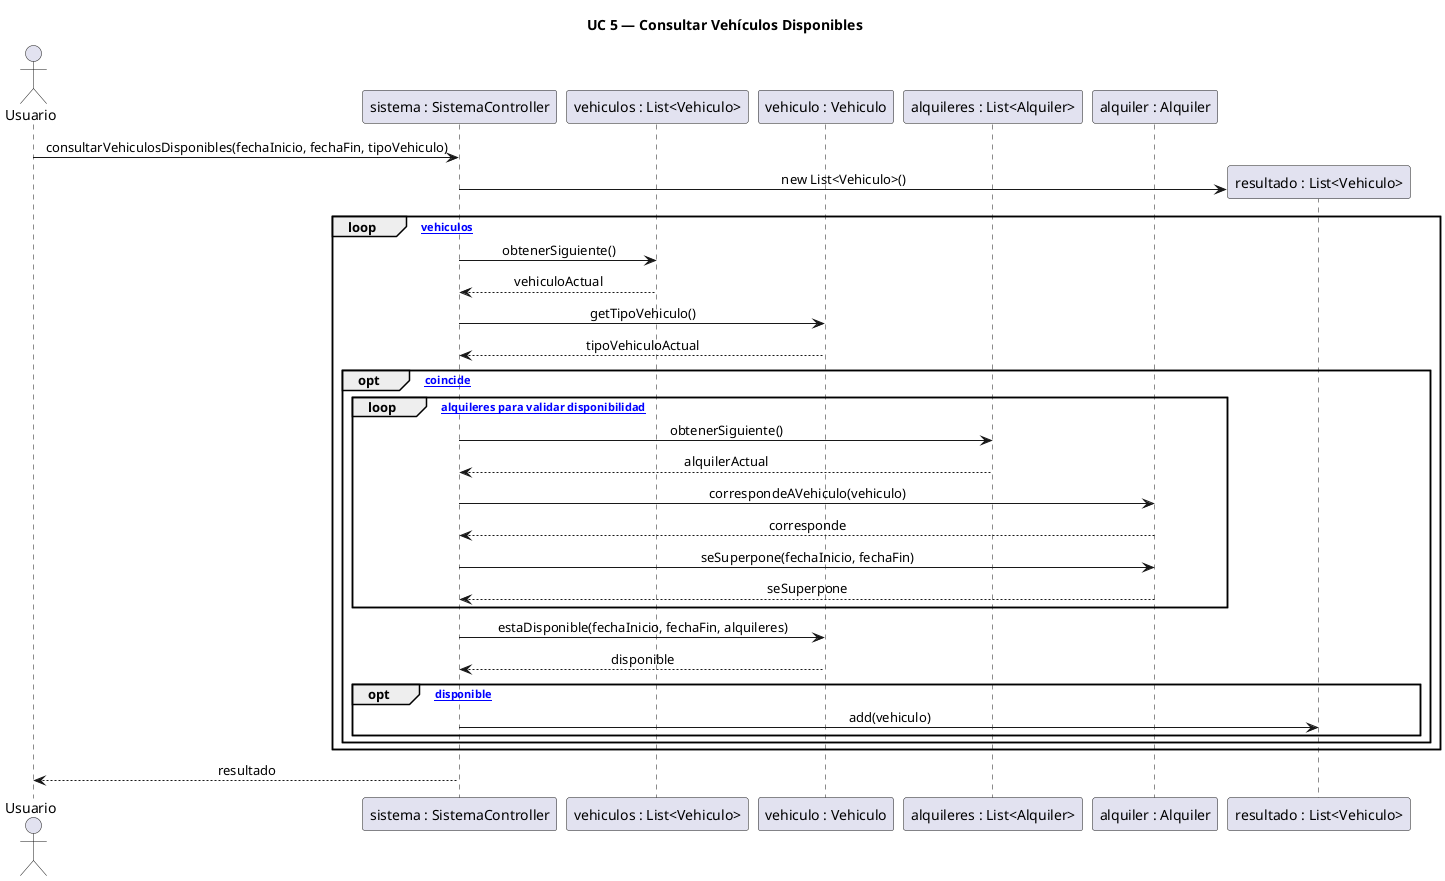
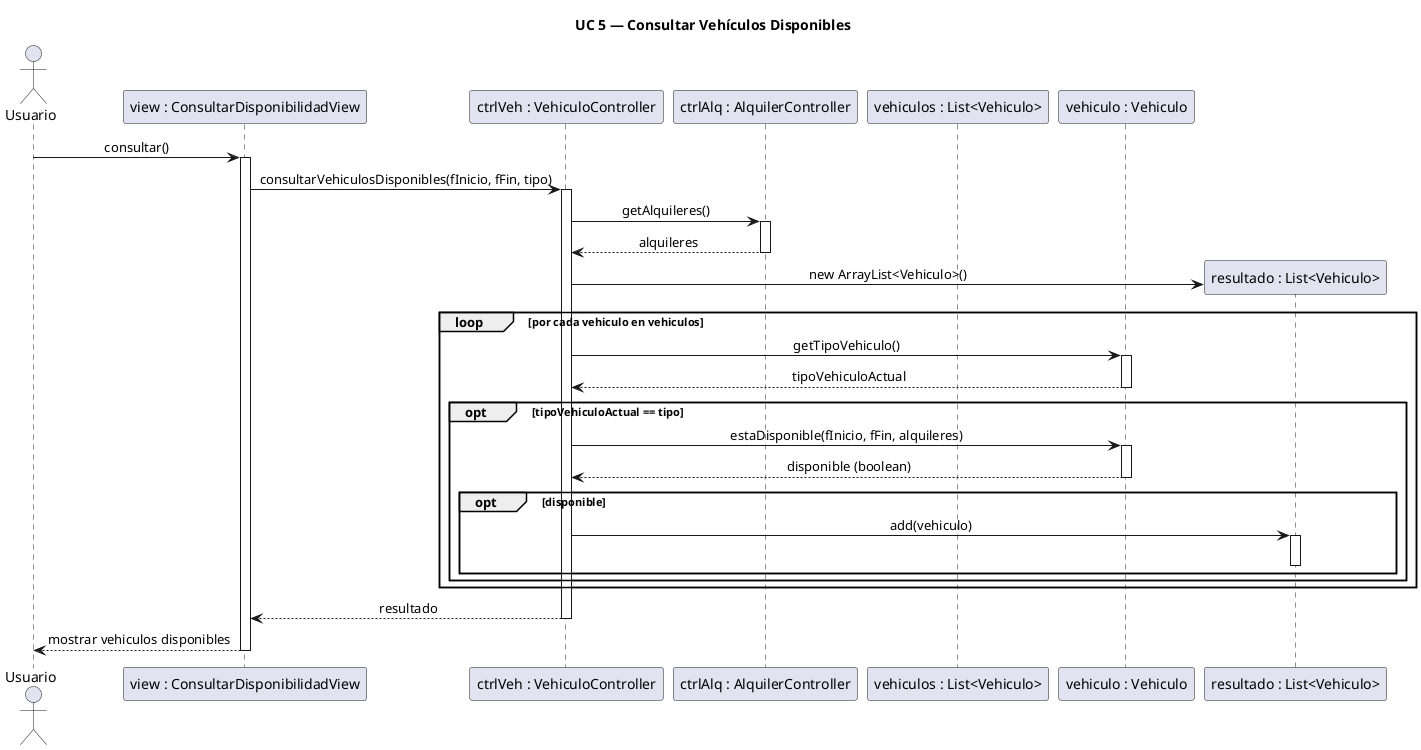
@startuml DS5_ConsultarVehiculosDisponibles
skinparam sequenceMessageAlign center
skinparam responseMessageBelowArrow true

title UC 5 — Consultar Vehículos Disponibles

actor Usuario

- participant "sistema : SistemaController" as SC
+ participant "view : ConsultarDisponibilidadView" as V
+ participant "ctrlVeh : VehiculoController" as VC
+ participant "ctrlAlq : AlquilerController" as AC
participant "vehiculos : List<Vehiculo>" as LV
- participant "vehiculo : Vehiculo" as V
- participant "alquileres : List<Alquiler>" as LA
- participant "alquiler : Alquiler" as A
+ participant "vehiculo : Vehiculo" as Veh
participant "resultado : List<Vehiculo>" as LR

- Usuario -> SC : consultarVehiculosDisponibles(fechaInicio, fechaFin, tipoVehiculo)
+ Usuario -> V : consultar()
+ activate V

- SC -> LR ** : new List<Vehiculo>()
+ V -> VC : consultarVehiculosDisponibles(fInicio, fFin, tipo)
+ activate VC

- loop [recorrer vehiculos]
-     SC -> LV : obtenerSiguiente()
-     LV --> SC : vehiculoActual
-     SC -> V  : getTipoVehiculo()
-     V --> SC  : tipoVehiculoActual
+ VC -> AC : getAlquileres()
+ activate AC
+ AC --> VC : alquileres
+ deactivate AC

-     opt [tipoVehiculoActual coincide]
-         loop [recorrer alquileres para validar disponibilidad]
-             SC -> LA : obtenerSiguiente()
-             LA --> SC : alquilerActual
-             SC -> A  : correspondeAVehiculo(vehiculo)
-             A --> SC  : corresponde
-             SC -> A  : seSuperpone(fechaInicio, fechaFin)
-             A --> SC  : seSuperpone
-         end
+ VC -> LR ** : new ArrayList<Vehiculo>()

-         SC -> V : estaDisponible(fechaInicio, fechaFin, alquileres)
-         V --> SC : disponible
+ loop por cada vehiculo en vehiculos
+     VC -> Veh : getTipoVehiculo()
+     activate Veh
+     Veh --> VC : tipoVehiculoActual
+     deactivate Veh

-         opt [disponible]
-             SC -> LR : add(vehiculo)
+     opt tipoVehiculoActual == tipo
+         VC -> Veh : estaDisponible(fInicio, fFin, alquileres)
+         activate Veh
+         Veh --> VC : disponible (boolean)
+         deactivate Veh
+ 
+         opt disponible
+             VC -> LR : add(vehiculo)
+             activate LR
+             deactivate LR
        end
    end
end

- SC --> Usuario : resultado
+ VC --> V : resultado
+ deactivate VC
+ 
+ V --> Usuario : mostrar vehiculos disponibles
+ deactivate V

@enduml
